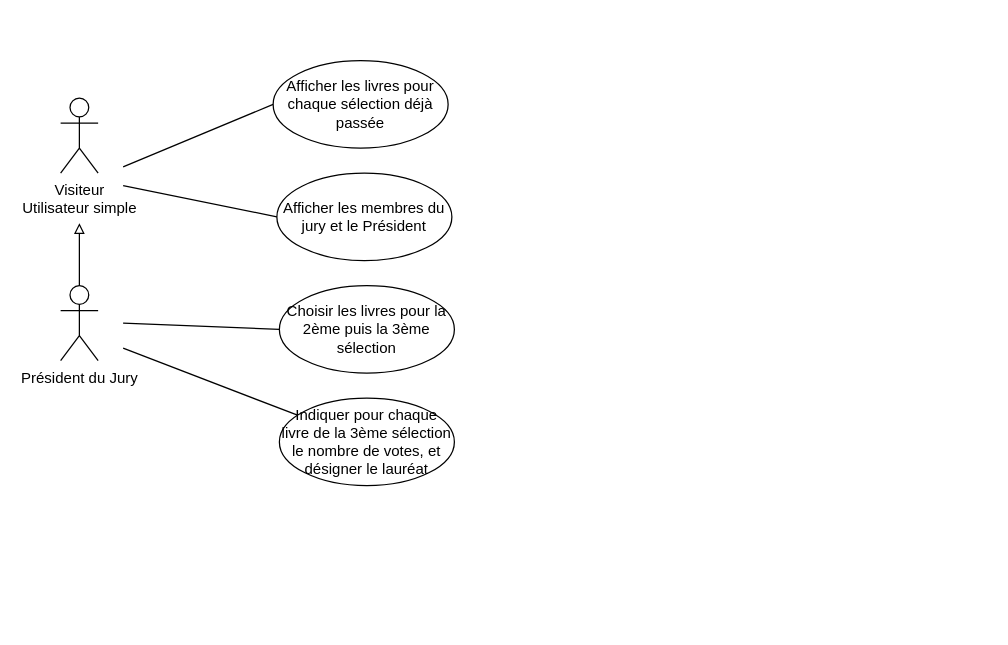
This is docs/diagramme_cas_utilisation.drawio from severinehmfms/goncourt, a draw.io file, before an edit. Source tidied: cells renumbered, new cells numbered last; positions are measured from the earlier drawing's top-left corner, leaving out a move shared by most shapes. Both pictures are drawn from the tidied source at 125%, with x=0, y=0 at pixel (60, 60).
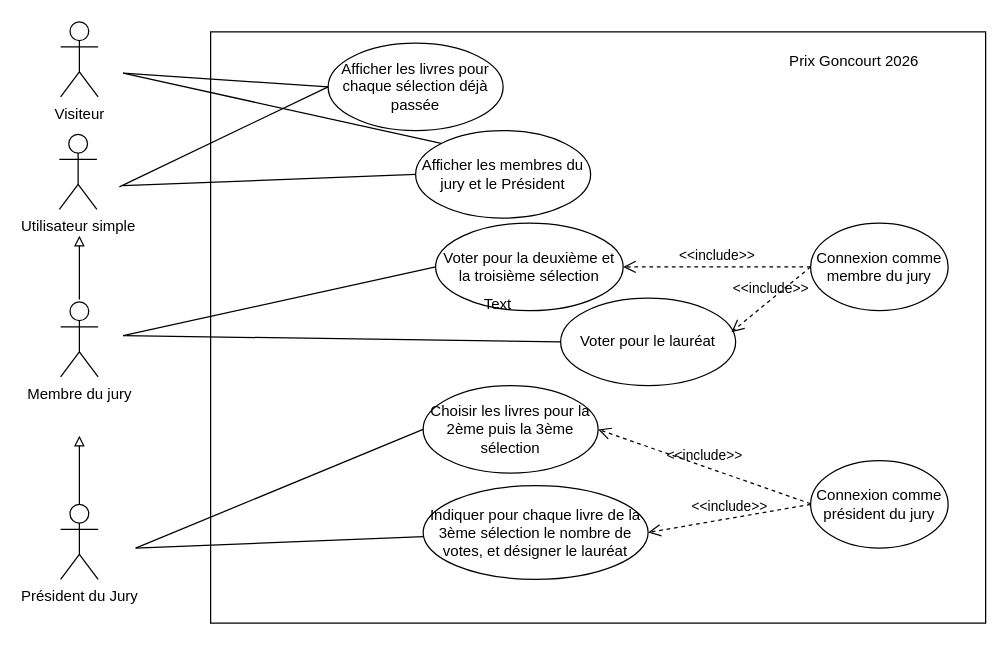
After the change.

Commit message (it also covers changes not shown here):
Mise à jour diagramme des cas d'utilisation

What changed in the source:
```diff
@@
+    <mxCell id="13" style="rounded=0;whiteSpace=wrap;html=1;" parent="1" vertex="1">
+      <mxGeometry x="120" y="-23" width="620" height="473" as="geometry" />
+    </mxCell>
     <mxCell id="2" value="Afficher les livres pour chaque sélection déjà passée" style="ellipse;whiteSpace=wrap;html=1;" parent="1" vertex="1">
-      <mxGeometry x="170" width="140" height="70" as="geometry" />
+      <mxGeometry x="214" y="-14" width="140" height="70" as="geometry" />
     </mxCell>
     <mxCell id="3" value="Afficher les membres du jury et le Président" style="ellipse;whiteSpace=wrap;html=1;" parent="1" vertex="1">
-      <mxGeometry x="173" y="90" width="140" height="70" as="geometry" />
+      <mxGeometry x="284" y="56" width="140" height="70" as="geometry" />
     </mxCell>
-    <mxCell id="4" value="Visiteur&lt;div&gt;Utilisateur simple&lt;/div&gt;" style="shape=umlActor;verticalLabelPosition=bottom;verticalAlign=top;html=1;" parent="1" vertex="1">
-      <mxGeometry y="30" width="30" height="60" as="geometry" />
+    <mxCell id="4" value="Visiteur" style="shape=umlActor;verticalLabelPosition=bottom;verticalAlign=top;html=1;" parent="1" vertex="1">
+      <mxGeometry y="-31" width="30" height="60" as="geometry" />
     </mxCell>
     <mxCell id="5" style="edgeStyle=orthogonalEdgeStyle;rounded=0;jettySize=auto;html=1;endArrow=block;endFill=0;" parent="1" edge="1" source="6">
       <mxGeometry relative="1" as="geometry">
-        <mxPoint x="15" y="130" as="targetPoint" />
+        <mxPoint x="15" y="300" as="targetPoint" />
       </mxGeometry>
     </mxCell>
     <mxCell id="6" value="Président du Jury" style="shape=umlActor;verticalLabelPosition=bottom;verticalAlign=top;html=1;outlineConnect=0;" parent="1" vertex="1">
-      <mxGeometry y="180" width="30" height="60" as="geometry" />
+      <mxGeometry y="355" width="30" height="60" as="geometry" />
     </mxCell>
     <mxCell id="7" value="Choisir les livres pour la 2ème puis la 3ème sélection" style="ellipse;whiteSpace=wrap;html=1;" parent="1" vertex="1">
-      <mxGeometry x="175" y="180" width="140" height="70" as="geometry" />
+      <mxGeometry x="290" y="260" width="140" height="70" as="geometry" />
     </mxCell>
     <mxCell id="8" value="Indiquer pour chaque livre de la 3ème sélection le nombre de votes, et désigner le lauréat" style="ellipse;whiteSpace=wrap;html=1;" parent="1" vertex="1">
-      <mxGeometry x="175" y="270" width="140" height="70" as="geometry" />
+      <mxGeometry x="290" y="340" width="180" height="75" as="geometry" />
     </mxCell>
     <mxCell id="9" style="endArrow=none;html=1;rounded=0;entryX=0;entryY=0.5;entryDx=0;entryDy=0;" parent="1" edge="1" target="2">
       <mxGeometry relative="1" as="geometry">
-        <mxPoint x="50" y="85" as="sourcePoint" />
+        <mxPoint x="47" y="101" as="sourcePoint" />
       </mxGeometry>
     </mxCell>
@@
     <mxCell id="11" style="endArrow=none;html=1;rounded=0;entryX=0;entryY=0.5;entryDx=0;entryDy=0;" parent="1" edge="1" target="7">
       <mxGeometry relative="1" as="geometry">
-        <mxPoint x="50" y="210" as="sourcePoint" />
+        <mxPoint x="60" y="390" as="sourcePoint" />
       </mxGeometry>
     </mxCell>
     <mxCell id="12" style="endArrow=none;html=1;rounded=0;" parent="1" edge="1" target="8">
       <mxGeometry relative="1" as="geometry">
-        <mxPoint x="50" y="230" as="sourcePoint" />
+        <mxPoint x="60" y="390" as="sourcePoint" />
       </mxGeometry>
     </mxCell>
+    <mxCell id="14" value="&lt;div&gt;Utilisateur simple&lt;/div&gt;" style="shape=umlActor;verticalLabelPosition=bottom;verticalAlign=top;html=1;" parent="1" vertex="1">
+      <mxGeometry x="-1" y="59" width="30" height="60" as="geometry" />
+    </mxCell>
+    <mxCell id="15" value="Membre du jury" style="shape=umlActor;verticalLabelPosition=bottom;verticalAlign=top;html=1;" parent="1" vertex="1">
+      <mxGeometry y="193" width="30" height="60" as="geometry" />
+    </mxCell>
+    <mxCell id="16" style="endArrow=none;html=1;rounded=0;entryX=0;entryY=0.5;entryDx=0;entryDy=0;" parent="1" edge="1" target="2">
+      <mxGeometry relative="1" as="geometry">
+        <mxPoint x="50" y="10" as="sourcePoint" />
+      </mxGeometry>
+    </mxCell>
+    <mxCell id="17" style="endArrow=none;html=1;rounded=0;entryX=0;entryY=0;entryDx=0;entryDy=0;" parent="1" edge="1" target="3">
+      <mxGeometry relative="1" as="geometry">
+        <mxPoint x="50" y="10" as="sourcePoint" />
+      </mxGeometry>
+    </mxCell>
+    <mxCell id="18" value="Voter pour la deuxième et la troisième sélection" style="ellipse;whiteSpace=wrap;html=1;" parent="1" vertex="1">
+      <mxGeometry x="300" y="130" width="150" height="70" as="geometry" />
+    </mxCell>
+    <mxCell id="19" value="Voter pour le lauréat" style="ellipse;whiteSpace=wrap;html=1;" parent="1" vertex="1">
+      <mxGeometry x="400" y="190" width="140" height="70" as="geometry" />
+    </mxCell>
+    <mxCell id="20" style="endArrow=none;html=1;rounded=0;entryX=0;entryY=0.5;entryDx=0;entryDy=0;" parent="1" edge="1" target="18">
+      <mxGeometry relative="1" as="geometry">
+        <mxPoint x="50" y="220" as="sourcePoint" />
+      </mxGeometry>
+    </mxCell>
+    <mxCell id="21" style="endArrow=none;html=1;rounded=0;entryX=0;entryY=0.5;entryDx=0;entryDy=0;" parent="1" edge="1" target="19">
+      <mxGeometry relative="1" as="geometry">
+        <mxPoint x="50" y="220" as="sourcePoint" />
+      </mxGeometry>
+    </mxCell>
+    <mxCell id="22" value="Connexion comme membre du jury" style="ellipse;whiteSpace=wrap;html=1;shapeInside=1;" parent="1" vertex="1">
+      <mxGeometry x="600" y="130" width="110" height="70" as="geometry" />
+    </mxCell>
+    <mxCell id="23" value="Connexion comme président du jury" style="ellipse;whiteSpace=wrap;html=1;shapeInside=1;" parent="1" vertex="1">
+      <mxGeometry x="600" y="320" width="110" height="70" as="geometry" />
+    </mxCell>
+    <mxCell id="24" value="&amp;lt;&amp;lt;include&amp;gt;&amp;gt;" style="endArrow=open;startArrow=none;endFill=0;startFill=0;endSize=8;html=1;verticalAlign=bottom;dashed=1;labelBackgroundColor=none;rounded=0;entryX=1;entryY=0.5;entryDx=0;entryDy=0;" parent="1" edge="1" source="22" target="18">
+      <mxGeometry relative="1" as="geometry" />
+    </mxCell>
+    <mxCell id="25" value="&amp;lt;&amp;lt;include&amp;gt;&amp;gt;" style="endArrow=open;startArrow=none;endFill=0;startFill=0;endSize=8;html=1;verticalAlign=bottom;dashed=1;labelBackgroundColor=none;rounded=0;entryX=0.976;entryY=0.389;entryDx=0;entryDy=0;entryPerimeter=0;exitX=0;exitY=0.5;exitDx=0;exitDy=0;" parent="1" edge="1" source="22" target="19">
+      <mxGeometry relative="1" as="geometry" />
+    </mxCell>
+    <mxCell id="26" value="&amp;lt;&amp;lt;include&amp;gt;&amp;gt;" style="endArrow=open;startArrow=none;endFill=0;startFill=0;endSize=8;html=1;verticalAlign=bottom;dashed=1;labelBackgroundColor=none;rounded=0;entryX=1;entryY=0.5;entryDx=0;entryDy=0;" parent="1" edge="1" target="7">
+      <mxGeometry relative="1" as="geometry">
+        <mxPoint x="600" y="354.5" as="sourcePoint" />
+      </mxGeometry>
+    </mxCell>
+    <mxCell id="27" value="&amp;lt;&amp;lt;include&amp;gt;&amp;gt;" style="endArrow=open;startArrow=none;endFill=0;startFill=0;endSize=8;html=1;verticalAlign=bottom;dashed=1;labelBackgroundColor=none;rounded=0;entryX=1;entryY=0.5;entryDx=0;entryDy=0;exitX=0;exitY=0.5;exitDx=0;exitDy=0;" parent="1" edge="1" source="23" target="8">
+      <mxGeometry relative="1" as="geometry" />
+    </mxCell>
+    <mxCell id="28" style="edgeStyle=orthogonalEdgeStyle;rounded=0;orthogonalLoop=1;jettySize=auto;html=1;endArrow=block;endFill=0;" parent="1" edge="1">
+      <mxGeometry relative="1" as="geometry">
+        <mxPoint x="15" y="191" as="sourcePoint" />
+        <mxPoint x="15" y="140" as="targetPoint" />
+      </mxGeometry>
+    </mxCell>
+    <mxCell id="29" value="Text" style="text;html=1;whiteSpace=wrap;strokeColor=none;fillColor=none;align=center;verticalAlign=middle;rounded=0;" parent="1" vertex="1">
+      <mxGeometry x="320" y="180" width="60" height="30" as="geometry" />
+    </mxCell>
+    <mxCell id="30" value="Prix Goncourt 2026" style="text;html=1;whiteSpace=wrap;strokeColor=none;fillColor=none;align=center;verticalAlign=middle;rounded=0;" parent="1" vertex="1">
+      <mxGeometry x="570" y="-14" width="130" height="30" as="geometry" />
+    </mxCell>
```
